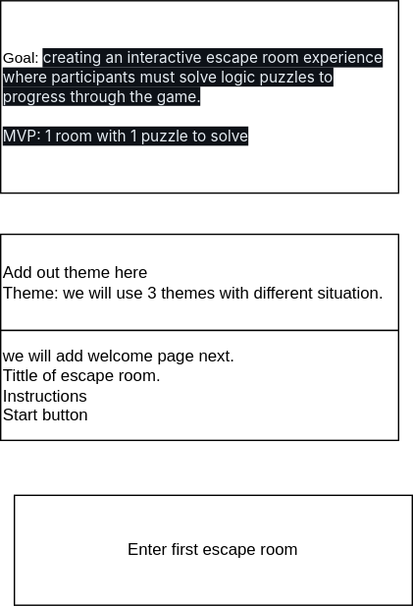
Above: ker-escape-room.drawio.svg in SchoolOfCode/escape-room-hackathon-koding-exceptional-repo-s (draw.io), before the change. Source tidied: cells renumbered, new cells last; positions are measured from the earlier drawing's top-left corner, leaving out a move shared by most shapes.
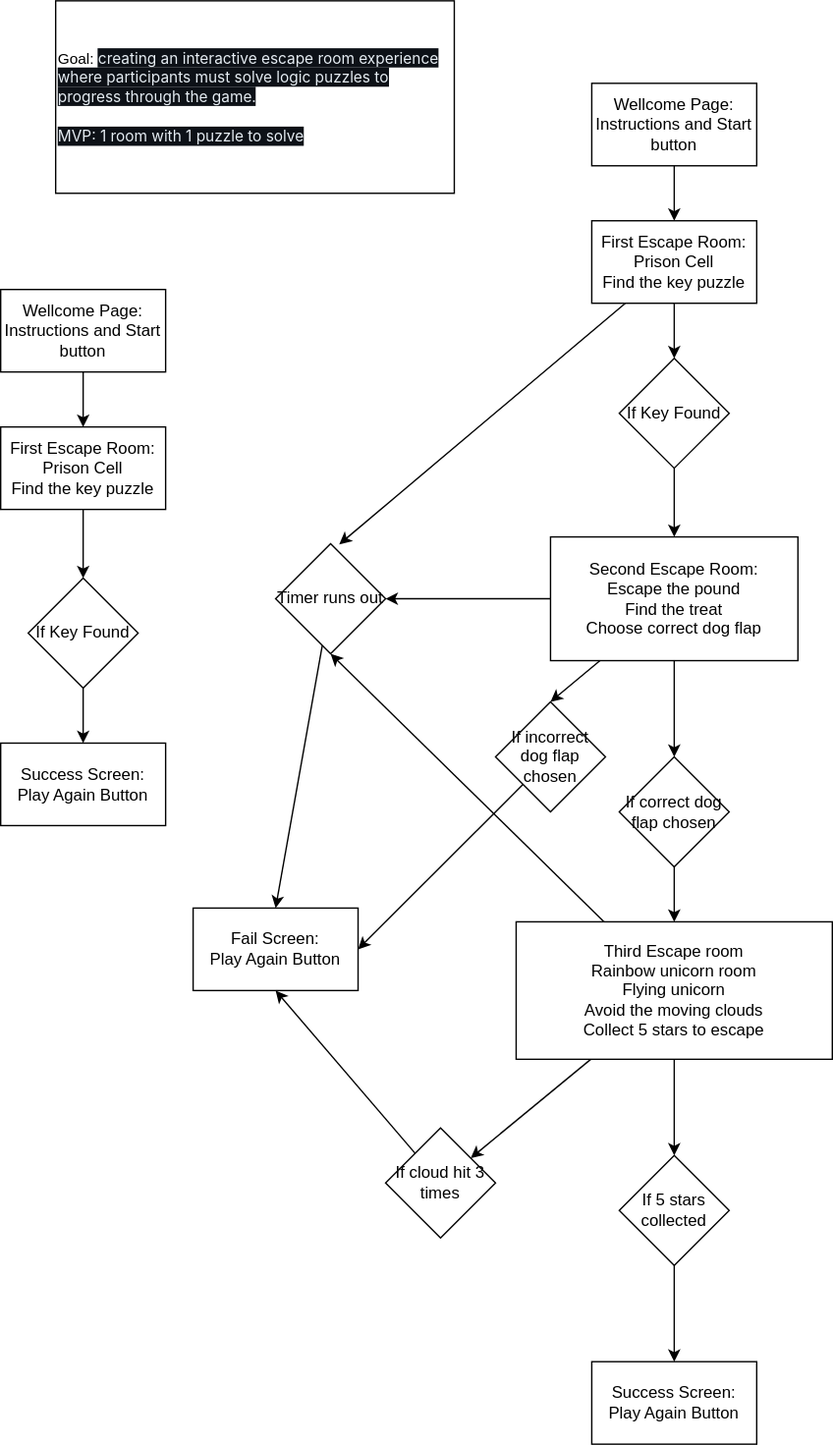
The same diagram one commit later.

Commit message:
updated user flow diagram

What changed in the source:
```diff
@@ -5,14 +5,107 @@
     <mxCell id="2" value="&lt;font style=&quot;font-size: 11px;&quot;&gt;Goal:&amp;nbsp;&lt;span style=&quot;color: rgb(230, 237, 243); font-family: -apple-system, BlinkMacSystemFont, &amp;quot;Segoe UI&amp;quot;, &amp;quot;Noto Sans&amp;quot;, Helvetica, Arial, sans-serif, &amp;quot;Apple Color Emoji&amp;quot;, &amp;quot;Segoe UI Emoji&amp;quot;; background-color: rgb(13, 17, 23);&quot;&gt;creating an interactive escape room experience where participants must solve logic puzzles to progress through the game.&lt;br&gt;&lt;br&gt;MVP: 1 room with 1 puzzle to solve&lt;br&gt;&lt;/span&gt;&lt;/font&gt;" style="rounded=0;whiteSpace=wrap;html=1;align=left;" parent="1" vertex="1">
       <mxGeometry width="290" height="140" as="geometry" />
     </mxCell>
-    <mxCell id="3" value="Add out theme here&lt;br&gt;Theme: we will use 3 themes with different situation." style="rounded=0;whiteSpace=wrap;html=1;align=left;" parent="1" vertex="1">
-      <mxGeometry y="170" width="290" height="70" as="geometry" />
-    </mxCell>
-    <mxCell id="4" value="we will add welcome page next.&lt;br&gt;Tittle of escape room.&lt;br&gt;Instructions&lt;br&gt;Start button" style="rounded=0;whiteSpace=wrap;html=1;align=left;" parent="1" vertex="1">
-      <mxGeometry y="240" width="290" height="80" as="geometry" />
-    </mxCell>
+    <mxCell id="6" style="edgeStyle=none;html=1;" parent="1" edge="1" source="5" target="8">
+      <mxGeometry relative="1" as="geometry" />
+    </mxCell>
-    <mxCell id="5" value="Enter first escape room" style="rounded=0;whiteSpace=wrap;html=1;align=center;" parent="1" vertex="1">
-      <mxGeometry x="10" y="360" width="290" height="80" as="geometry" />
+    <mxCell id="5" value="Wellcome Page:&lt;br&gt;Instructions and Start button" style="rounded=0;whiteSpace=wrap;html=1;" parent="1" vertex="1">
+      <mxGeometry x="-40" y="210" width="120" height="60" as="geometry" />
     </mxCell>
+    <mxCell id="7" style="edgeStyle=none;html=1;" parent="1" edge="1" source="8" target="10">
+      <mxGeometry relative="1" as="geometry" />
+    </mxCell>
+    <mxCell id="8" value="First Escape Room:&lt;br&gt;Prison Cell&lt;br&gt;Find the key puzzle" style="whiteSpace=wrap;html=1;rounded=0;" parent="1" vertex="1">
+      <mxGeometry x="-40" y="310" width="120" height="60" as="geometry" />
+    </mxCell>
+    <mxCell id="9" style="edgeStyle=none;html=1;" parent="1" edge="1" source="10" target="11">
+      <mxGeometry relative="1" as="geometry" />
+    </mxCell>
+    <mxCell id="10" value="If Key Found" style="rhombus;whiteSpace=wrap;html=1;rounded=0;" parent="1" vertex="1">
+      <mxGeometry x="-20" y="420" width="80" height="80" as="geometry" />
+    </mxCell>
+    <mxCell id="11" value="Success Screen:&lt;br&gt;Play Again Button" style="whiteSpace=wrap;html=1;rounded=0;" parent="1" vertex="1">
+      <mxGeometry x="-40" y="540" width="120" height="60" as="geometry" />
+    </mxCell>
+    <mxCell id="12" style="edgeStyle=none;html=1;" parent="1" edge="1" source="13" target="16">
+      <mxGeometry relative="1" as="geometry" />
+    </mxCell>
+    <mxCell id="13" value="Wellcome Page:&lt;br&gt;Instructions and Start button" style="rounded=0;whiteSpace=wrap;html=1;" parent="1" vertex="1">
+      <mxGeometry x="390" y="60" width="120" height="60" as="geometry" />
+    </mxCell>
+    <mxCell id="14" style="edgeStyle=none;html=1;" parent="1" edge="1" source="16" target="18">
+      <mxGeometry relative="1" as="geometry" />
+    </mxCell>
+    <mxCell id="15" style="edgeStyle=none;html=1;entryX=0.579;entryY=0.005;entryDx=0;entryDy=0;entryPerimeter=0;" parent="1" edge="1" source="16" target="34">
+      <mxGeometry relative="1" as="geometry" />
+    </mxCell>
+    <mxCell id="16" value="First Escape Room:&lt;br&gt;Prison Cell&lt;br&gt;Find the key puzzle" style="whiteSpace=wrap;html=1;rounded=0;" parent="1" vertex="1">
+      <mxGeometry x="390" y="160" width="120" height="60" as="geometry" />
+    </mxCell>
+    <mxCell id="17" style="edgeStyle=none;html=1;" parent="1" edge="1" source="18" target="23">
+      <mxGeometry relative="1" as="geometry" />
+    </mxCell>
+    <mxCell id="18" value="If Key Found" style="rhombus;whiteSpace=wrap;html=1;rounded=0;" parent="1" vertex="1">
+      <mxGeometry x="410" y="260" width="80" height="80" as="geometry" />
+    </mxCell>
+    <mxCell id="19" value="Success Screen:&lt;br&gt;Play Again Button" style="whiteSpace=wrap;html=1;rounded=0;" parent="1" vertex="1">
+      <mxGeometry x="390" y="990" width="120" height="60" as="geometry" />
+    </mxCell>
+    <mxCell id="20" style="edgeStyle=none;html=1;" parent="1" edge="1" source="23" target="25">
+      <mxGeometry relative="1" as="geometry" />
+    </mxCell>
+    <mxCell id="21" style="edgeStyle=none;html=1;entryX=0.5;entryY=0;entryDx=0;entryDy=0;" parent="1" edge="1" source="23" target="36">
+      <mxGeometry relative="1" as="geometry" />
+    </mxCell>
+    <mxCell id="22" style="edgeStyle=none;html=1;entryX=1;entryY=0.5;entryDx=0;entryDy=0;" parent="1" edge="1" source="23" target="34">
+      <mxGeometry relative="1" as="geometry" />
+    </mxCell>
+    <mxCell id="23" value="Second Escape Room:&lt;br&gt;Escape the pound&lt;br&gt;Find the treat&lt;br&gt;Choose correct dog flap" style="whiteSpace=wrap;html=1;rounded=0;" parent="1" vertex="1">
+      <mxGeometry x="360" y="390" width="180" height="90" as="geometry" />
+    </mxCell>
+    <mxCell id="24" style="edgeStyle=none;html=1;" parent="1" edge="1" source="25" target="29">
+      <mxGeometry relative="1" as="geometry" />
+    </mxCell>
+    <mxCell id="25" value="If correct dog flap chosen" style="rhombus;whiteSpace=wrap;html=1;rounded=0;" parent="1" vertex="1">
+      <mxGeometry x="410" y="550" width="80" height="80" as="geometry" />
+    </mxCell>
+    <mxCell id="26" style="edgeStyle=none;html=1;" parent="1" edge="1" source="29" target="31">
+      <mxGeometry relative="1" as="geometry" />
+    </mxCell>
+    <mxCell id="27" style="edgeStyle=none;html=1;" parent="1" edge="1" source="29" target="38">
+      <mxGeometry relative="1" as="geometry" />
+    </mxCell>
+    <mxCell id="28" style="edgeStyle=none;html=1;entryX=0.5;entryY=1;entryDx=0;entryDy=0;" parent="1" edge="1" source="29" target="34">
+      <mxGeometry relative="1" as="geometry" />
+    </mxCell>
+    <mxCell id="29" value="Third Escape room&lt;br&gt;Rainbow unicorn room&lt;br&gt;Flying unicorn&lt;br&gt;Avoid the moving clouds &lt;br&gt;Collect 5 stars to escape" style="whiteSpace=wrap;html=1;rounded=0;" parent="1" vertex="1">
+      <mxGeometry x="335" y="670" width="230" height="100" as="geometry" />
+    </mxCell>
+    <mxCell id="30" style="edgeStyle=none;html=1;" parent="1" edge="1" source="31" target="19">
+      <mxGeometry relative="1" as="geometry" />
+    </mxCell>
+    <mxCell id="31" value="If 5 stars collected" style="rhombus;whiteSpace=wrap;html=1;rounded=0;" parent="1" vertex="1">
+      <mxGeometry x="410" y="840" width="80" height="80" as="geometry" />
+    </mxCell>
+    <mxCell id="32" value="Fail Screen:&lt;br&gt;Play Again Button" style="whiteSpace=wrap;html=1;rounded=0;" parent="1" vertex="1">
+      <mxGeometry x="100" y="660" width="120" height="60" as="geometry" />
+    </mxCell>
+    <mxCell id="33" style="edgeStyle=none;html=1;entryX=0.5;entryY=0;entryDx=0;entryDy=0;" parent="1" edge="1" source="34" target="32">
+      <mxGeometry relative="1" as="geometry" />
+    </mxCell>
+    <mxCell id="34" value="Timer runs out" style="rhombus;whiteSpace=wrap;html=1;rounded=0;" parent="1" vertex="1">
+      <mxGeometry x="160" y="395" width="80" height="80" as="geometry" />
+    </mxCell>
+    <mxCell id="35" style="edgeStyle=none;html=1;entryX=1;entryY=0.5;entryDx=0;entryDy=0;" parent="1" edge="1" source="36" target="32">
+      <mxGeometry relative="1" as="geometry" />
+    </mxCell>
+    <mxCell id="36" value="If incorrect dog flap chosen" style="rhombus;whiteSpace=wrap;html=1;rounded=0;" parent="1" vertex="1">
+      <mxGeometry x="320" y="510" width="80" height="80" as="geometry" />
+    </mxCell>
+    <mxCell id="37" style="edgeStyle=none;html=1;entryX=0.5;entryY=1;entryDx=0;entryDy=0;" parent="1" edge="1" source="38" target="32">
+      <mxGeometry relative="1" as="geometry" />
+    </mxCell>
+    <mxCell id="38" value="If cloud hit 3 times" style="rhombus;whiteSpace=wrap;html=1;rounded=0;" parent="1" vertex="1">
+      <mxGeometry x="240" y="820" width="80" height="80" as="geometry" />
+    </mxCell>
   </root>
 </mxGraphModel>
```
